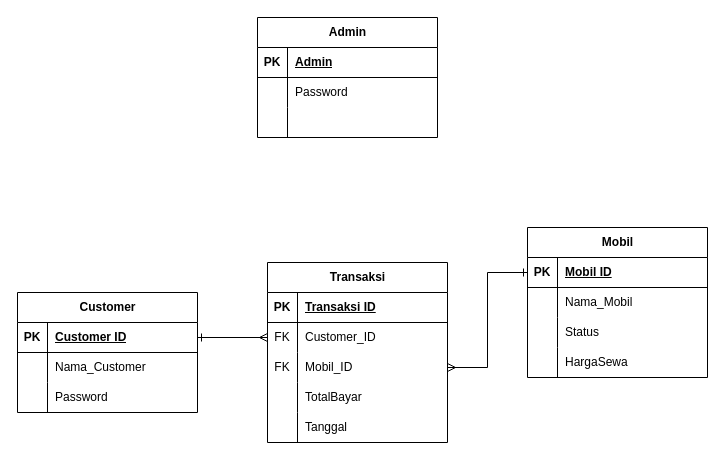
This is page "ERD" (1 of 2) of RentalKendaraan.drawio from Kodons/RentalMobil, a draw.io file, before an edit. Source tidied: cells renumbered, new cells numbered last; positions are measured from the earlier drawing's top-left corner, leaving out a move shared by most shapes. Both pictures are drawn from the tidied source at 100%, with x=0, y=0 at pixel (17, 17).
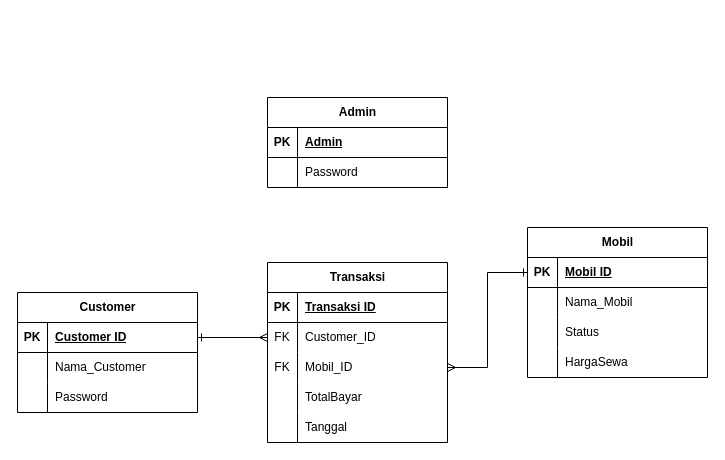
Above is the later version.

Commit message (it also covers changes not shown here):
flowchart dan erd

Diff of the diagram source:
```diff
@@
     <mxCell id="43" value="Admin" style="shape=table;startSize=30;childLayout=tableLayout;rowLines=0;fontStyle=1;align=center;html=1;" parent="1" vertex="1">
-      <mxGeometry x="240" width="180" height="120" as="geometry" />
+      <mxGeometry x="250" y="80" width="180" height="90" as="geometry" />
     </mxCell>
@@
-    <mxCell id="50" style="shape=tableRow;horizontal=0;startSize=0;swimlaneHead=0;swimlaneBody=0;fillColor=none;top=0;left=0;right=0;bottom=0;" parent="43" vertex="1">
-      <mxGeometry y="90" width="180" height="30" as="geometry" />
-    </mxCell>
-    <mxCell id="51" style="shape=partialRectangle;fillColor=none;top=0;left=0;bottom=0;right=0;overflow=hidden;whiteSpace=wrap;html=1;" parent="50" vertex="1">
-      <mxGeometry width="30" height="30" as="geometry" />
-    </mxCell>
-    <mxCell id="52" style="shape=partialRectangle;fillColor=none;top=0;left=0;bottom=0;right=0;align=left;spacingLeft=6;overflow=hidden;whiteSpace=wrap;html=1;" parent="50" vertex="1">
-      <mxGeometry x="30" width="150" height="30" as="geometry" />
-    </mxCell>
```
